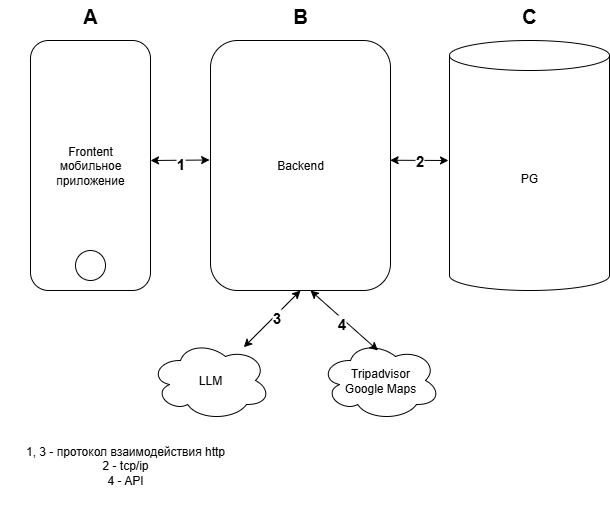
The draw.io diagram Гузель_Махмутова/ex05_Архитектура.png in patolog123/Analyst-3.0, before a commit. Source tidied: cells renumbered, new cells last; positions are measured from the earlier drawing's top-left corner, leaving out a move shared by most shapes.
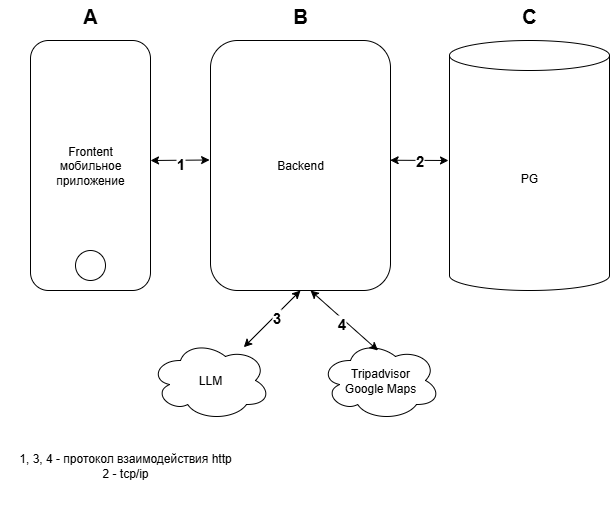
The same diagram one commit later.

Change to the diagram source:
```diff
@@ -41,7 +41,7 @@
     <mxCell id="12" value="&lt;b&gt;&lt;font style=&quot;font-size: 20px;&quot;&gt;C&lt;/font&gt;&lt;/b&gt;" style="text;html=1;align=center;verticalAlign=middle;whiteSpace=wrap;rounded=0;" parent="1" vertex="1">
       <mxGeometry x="499" width="60" height="30" as="geometry" />
     </mxCell>
-    <mxCell id="13" value="&lt;div&gt;&lt;span style=&quot;background-color: transparent; color: light-dark(rgb(0, 0, 0), rgb(255, 255, 255));&quot;&gt;1, 3 - протокол взаимодействия http&lt;/span&gt;&lt;/div&gt;&lt;div&gt;&lt;span style=&quot;background-color: transparent; color: light-dark(rgb(0, 0, 0), rgb(255, 255, 255));&quot;&gt;2 - tcp/ip&lt;/span&gt;&lt;/div&gt;&lt;div&gt;&lt;span style=&quot;background-color: transparent; color: light-dark(rgb(0, 0, 0), rgb(255, 255, 255));&quot;&gt;4 - API&lt;/span&gt;&lt;/div&gt;" style="text;html=1;align=center;verticalAlign=middle;whiteSpace=wrap;rounded=0;" parent="1" vertex="1">
+    <mxCell id="13" value="&lt;div&gt;&lt;span style=&quot;background-color: transparent; color: light-dark(rgb(0, 0, 0), rgb(255, 255, 255));&quot;&gt;1, 3, 4 - протокол взаимодействия http&lt;/span&gt;&lt;/div&gt;&lt;div&gt;&lt;span style=&quot;background-color: transparent; color: light-dark(rgb(0, 0, 0), rgb(255, 255, 255));&quot;&gt;2 - tcp/ip&lt;/span&gt;&lt;/div&gt;" style="text;html=1;align=center;verticalAlign=middle;whiteSpace=wrap;rounded=0;" parent="1" vertex="1">
       <mxGeometry y="420" width="250" height="90" as="geometry" />
     </mxCell>
     <mxCell id="14" value="LLM" style="ellipse;shape=cloud;whiteSpace=wrap;html=1;" parent="1" vertex="1">
```
